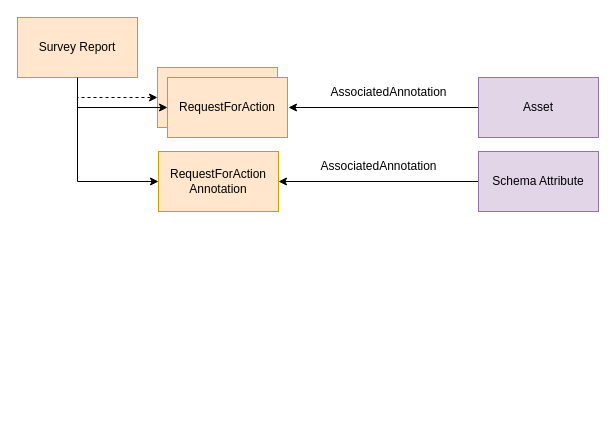
This is page "request-for-action" (11 of 15) of site/docs/frameworks/saf/survey-action.drawio from odpi/egeria-docs, a draw.io file, before an edit. Source tidied: cells renumbered, new cells numbered last; positions are measured from the earlier drawing's top-left corner, leaving out a move shared by most shapes. Both pictures are drawn from the tidied source at 100%, with x=0, y=0 at pixel (17, 17).
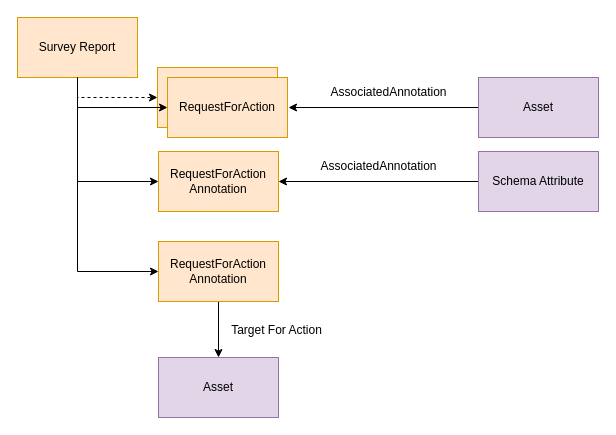
After the change.

Unchanged cells that the change refers to:
```xml
<mxCell id="4" value="Survey Report" style="rounded=0;whiteSpace=wrap;html=1;fillColor=#ffe6cc;strokeColor=#d79b00;" parent="1" vertex="1">
  <mxGeometry width="120" height="60" as="geometry" />
</mxCell>
```

The edit, as a diff of the source:
```diff
@@
+    <mxCell id="15" style="edgeStyle=orthogonalEdgeStyle;rounded=0;jettySize=auto;html=1;exitX=0.5;exitY=1;exitDx=0;exitDy=0;entryX=0;entryY=0.5;entryDx=0;entryDy=0;fontSize=12;" parent="1" edge="1" source="4" target="17">
+      <mxGeometry relative="1" as="geometry" />
+    </mxCell>
+    <mxCell id="16" style="edgeStyle=orthogonalEdgeStyle;rounded=0;jettySize=auto;html=1;exitX=0.5;exitY=1;exitDx=0;exitDy=0;" parent="1" edge="1" source="17" target="18">
+      <mxGeometry relative="1" as="geometry" />
+    </mxCell>
+    <mxCell id="17" value="RequestForAction&lt;br&gt;Annotation" style="rounded=0;whiteSpace=wrap;html=1;fontSize=12;strokeColor=#d79b00;fillColor=#ffe6cc;" parent="1" vertex="1">
+      <mxGeometry x="141" y="224" width="120" height="60" as="geometry" />
+    </mxCell>
+    <mxCell id="18" value="Asset" style="rounded=0;whiteSpace=wrap;html=1;fontSize=12;strokeColor=#9673a6;fillColor=#e1d5e7;" parent="1" vertex="1">
+      <mxGeometry x="141" y="340" width="120" height="60" as="geometry" />
+    </mxCell>
+    <mxCell id="19" value="Target For Action" style="text;html=1;align=center;verticalAlign=middle;strokeColor=none;fillColor=none;" parent="1" vertex="1">
+      <mxGeometry x="204" y="298" width="110" height="30" as="geometry" />
+    </mxCell>
```
